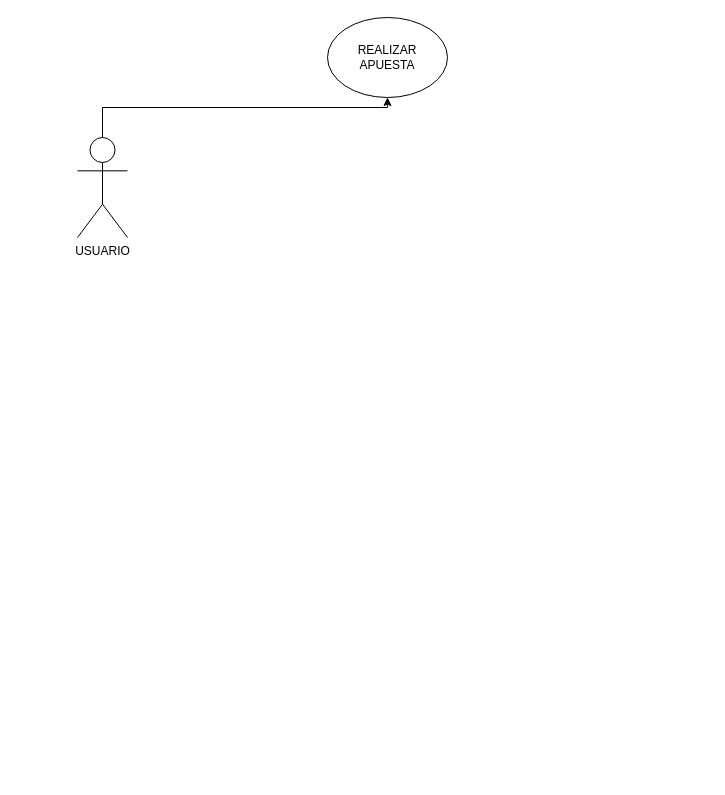
Valexx55/sanblasjava keeps this draw.io diagram as appapuestas/Casos de USO Apuestas.drawio. Above is the earlier version. Source tidied: cells renumbered, new cells numbered last; positions are measured from the earlier drawing's top-left corner, leaving out a move shared by most shapes. Both pictures are drawn from the tidied source at 100%, with x=0, y=0 at pixel (77, 17).
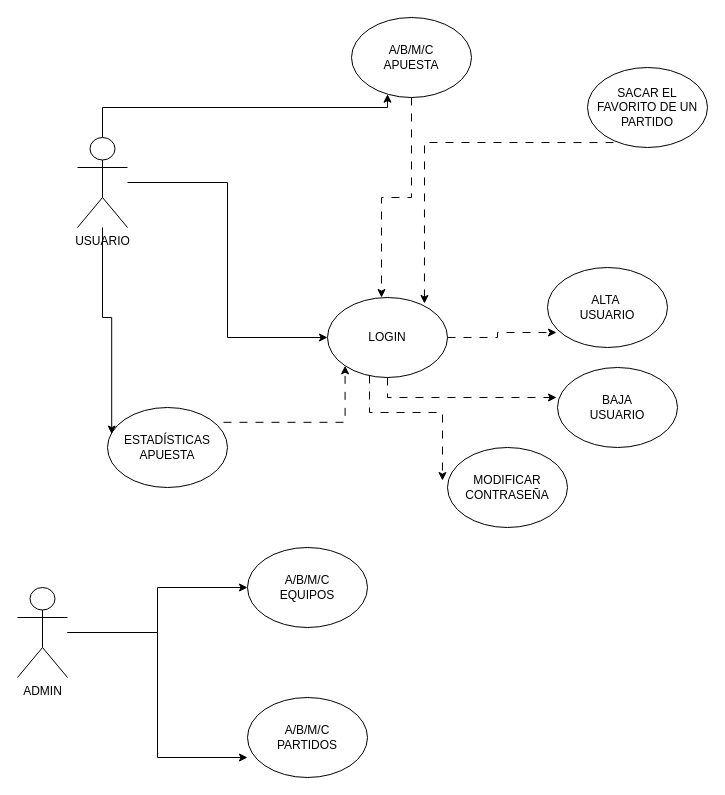
After the change.

Change to the diagram source:
```diff
@@
+    <mxCell id="5" style="edgeStyle=orthogonalEdgeStyle;rounded=0;jettySize=auto;html=1;entryX=0;entryY=0.5;entryDx=0;entryDy=0;" parent="1" edge="1" source="3" target="8">
+      <mxGeometry relative="1" as="geometry" />
+    </mxCell>
     <mxCell id="3" value="USUARIO" style="shape=umlActor;verticalLabelPosition=bottom;verticalAlign=top;html=1;outlineConnect=0;" parent="1" vertex="1">
-      <mxGeometry y="120" width="50" height="100" as="geometry" />
+      <mxGeometry y="120" width="50" height="90" as="geometry" />
     </mxCell>
-    <mxCell id="4" value="REALIZAR&lt;br&gt;APUESTA" style="ellipse;whiteSpace=wrap;html=1;" parent="1" vertex="1">
-      <mxGeometry x="250" width="120" height="80" as="geometry" />
+    <mxCell id="4" value="A/B/M/C&lt;br&gt;APUESTA" style="ellipse;whiteSpace=wrap;html=1;" parent="1" vertex="1">
+      <mxGeometry x="274" width="120" height="80" as="geometry" />
     </mxCell>
+    <mxCell id="6" value="SACAR EL FAVORITO DE UN PARTIDO" style="ellipse;whiteSpace=wrap;html=1;" parent="1" vertex="1">
+      <mxGeometry x="510" y="50" width="120" height="80" as="geometry" />
+    </mxCell>
+    <mxCell id="7" value="ALTA&amp;nbsp;&lt;br&gt;USUARIO" style="ellipse;whiteSpace=wrap;html=1;" parent="1" vertex="1">
+      <mxGeometry x="470" y="250" width="120" height="80" as="geometry" />
+    </mxCell>
+    <mxCell id="8" value="LOGIN" style="ellipse;whiteSpace=wrap;html=1;" parent="1" vertex="1">
+      <mxGeometry x="250" y="280" width="120" height="80" as="geometry" />
+    </mxCell>
+    <mxCell id="9" style="edgeStyle=orthogonalEdgeStyle;rounded=0;jettySize=auto;html=1;entryX=0.075;entryY=0.813;entryDx=0;entryDy=0;entryPerimeter=0;dashed=1;dashPattern=8 8;" parent="1" edge="1" source="8" target="7">
+      <mxGeometry relative="1" as="geometry" />
+    </mxCell>
+    <mxCell id="10" style="edgeStyle=orthogonalEdgeStyle;rounded=0;jettySize=auto;html=1;entryX=0.45;entryY=0;entryDx=0;entryDy=0;entryPerimeter=0;dashed=1;dashPattern=8 8;exitX=0.5;exitY=1;exitDx=0;exitDy=0;" parent="1" edge="1" source="4" target="8">
+      <mxGeometry relative="1" as="geometry" />
+    </mxCell>
+    <mxCell id="11" style="edgeStyle=orthogonalEdgeStyle;rounded=0;jettySize=auto;html=1;entryX=0.808;entryY=0.075;entryDx=0;entryDy=0;entryPerimeter=0;dashed=1;dashPattern=8 8;exitX=0.217;exitY=0.938;exitDx=0;exitDy=0;exitPerimeter=0;" parent="1" edge="1" source="6" target="8">
+      <mxGeometry relative="1" as="geometry" />
+    </mxCell>
+    <mxCell id="12" value="BAJA&lt;br&gt;USUARIO" style="ellipse;whiteSpace=wrap;html=1;" parent="1" vertex="1">
+      <mxGeometry x="480" y="350" width="120" height="80" as="geometry" />
+    </mxCell>
+    <mxCell id="13" style="edgeStyle=orthogonalEdgeStyle;rounded=0;jettySize=auto;html=1;entryX=-0.008;entryY=0.375;entryDx=0;entryDy=0;entryPerimeter=0;dashed=1;dashPattern=8 8;exitX=0.5;exitY=1;exitDx=0;exitDy=0;" parent="1" edge="1" source="8" target="12">
+      <mxGeometry relative="1" as="geometry" />
+    </mxCell>
+    <mxCell id="14" value="MODIFICAR&lt;br&gt;CONTRASEÑA" style="ellipse;whiteSpace=wrap;html=1;" parent="1" vertex="1">
+      <mxGeometry x="370" y="430" width="120" height="80" as="geometry" />
+    </mxCell>
+    <mxCell id="15" style="edgeStyle=orthogonalEdgeStyle;rounded=0;jettySize=auto;html=1;entryX=-0.042;entryY=0.413;entryDx=0;entryDy=0;entryPerimeter=0;dashed=1;dashPattern=8 8;exitX=0.35;exitY=0.975;exitDx=0;exitDy=0;exitPerimeter=0;" parent="1" edge="1" source="8" target="14">
+      <mxGeometry relative="1" as="geometry" />
+    </mxCell>
+    <mxCell id="16" value="ESTADÍSTICAS&lt;br&gt;APUESTA" style="ellipse;whiteSpace=wrap;html=1;" parent="1" vertex="1">
+      <mxGeometry x="30" y="390" width="120" height="80" as="geometry" />
+    </mxCell>
+    <mxCell id="17" style="edgeStyle=orthogonalEdgeStyle;rounded=0;jettySize=auto;html=1;entryX=0;entryY=1;entryDx=0;entryDy=0;dashed=1;dashPattern=8 8;exitX=0.967;exitY=0.185;exitDx=0;exitDy=0;exitPerimeter=0;" parent="1" edge="1" source="16" target="8">
+      <mxGeometry relative="1" as="geometry" />
+    </mxCell>
+    <mxCell id="18" style="edgeStyle=orthogonalEdgeStyle;rounded=0;jettySize=auto;html=1;entryX=0.035;entryY=0.332;entryDx=0;entryDy=0;entryPerimeter=0;" parent="1" edge="1" source="3" target="16">
+      <mxGeometry relative="1" as="geometry" />
+    </mxCell>
+    <mxCell id="19" value="A/B/M/C&lt;br&gt;EQUIPOS" style="ellipse;whiteSpace=wrap;html=1;" parent="1" vertex="1">
+      <mxGeometry x="170" y="530" width="120" height="80" as="geometry" />
+    </mxCell>
+    <mxCell id="20" value="A/B/M/C&lt;br&gt;PARTIDOS" style="ellipse;whiteSpace=wrap;html=1;" parent="1" vertex="1">
+      <mxGeometry x="170" y="680" width="120" height="80" as="geometry" />
+    </mxCell>
+    <mxCell id="21" style="edgeStyle=orthogonalEdgeStyle;rounded=0;jettySize=auto;html=1;" parent="1" edge="1" source="22" target="19">
+      <mxGeometry relative="1" as="geometry" />
+    </mxCell>
+    <mxCell id="22" value="ADMIN" style="shape=umlActor;verticalLabelPosition=bottom;verticalAlign=top;html=1;outlineConnect=0;" parent="1" vertex="1">
+      <mxGeometry x="-60" y="570" width="50" height="90" as="geometry" />
+    </mxCell>
+    <mxCell id="23" style="edgeStyle=orthogonalEdgeStyle;rounded=0;jettySize=auto;html=1;entryX=0;entryY=0.75;entryDx=0;entryDy=0;entryPerimeter=0;" parent="1" edge="1" source="22" target="20">
+      <mxGeometry relative="1" as="geometry" />
+    </mxCell>
```
